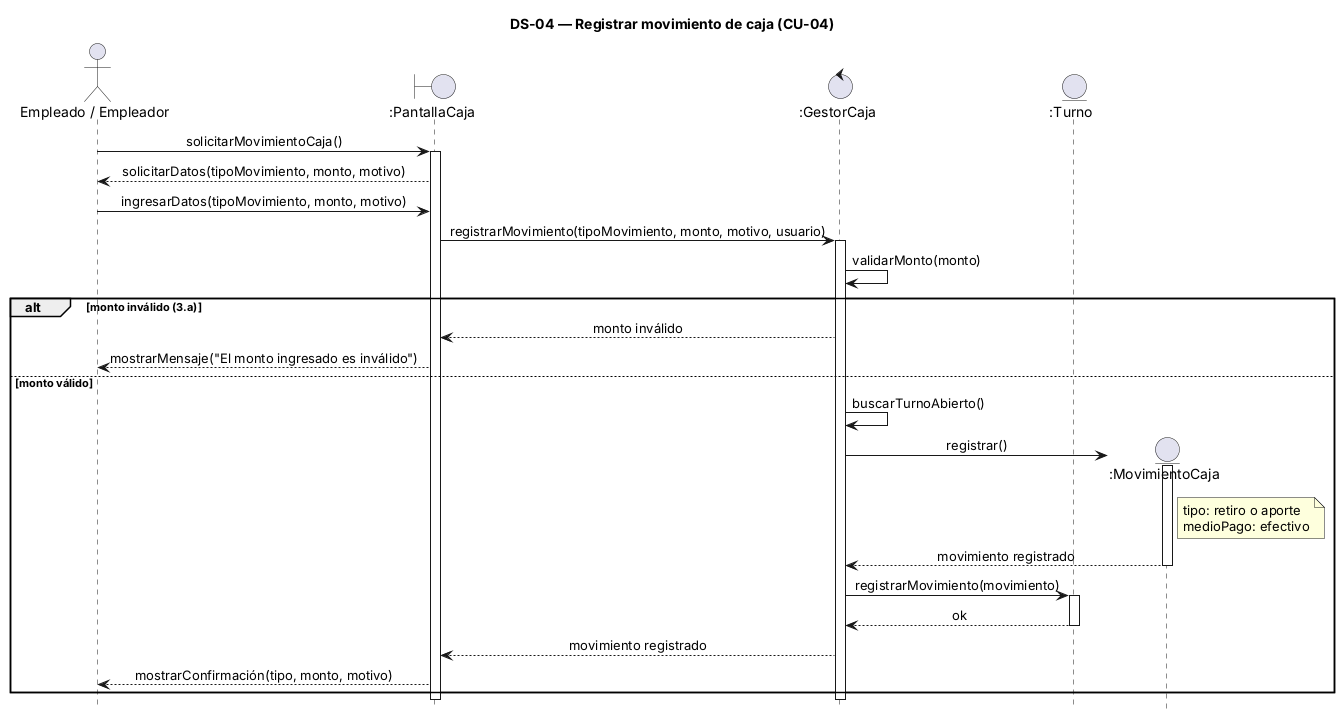
This is 08-Diagrama De Secuencia/DS-04 Registrar movimiento de caja.png from alanbalzaretti123/control-de-stock1, a PlantUML export, as it was before one commit. Source of this version:
```plantuml
@startuml
title DS-04 — Registrar movimiento de caja (CU-04)
hide footbox
skinparam sequenceMessageAlign center
skinparam responseMessageBelowArrow true

actor "Empleado / Empleador" as U
boundary ":PantallaCaja" as P
control ":GestorCaja" as G
entity ":Turno" as T

U -> P : solicitarMovimientoCaja()
activate P
P --> U : solicitarDatos(tipoMovimiento, monto, motivo)

U -> P : ingresarDatos(tipoMovimiento, monto, motivo)
P -> G : registrarMovimiento(tipoMovimiento, monto, motivo, usuario)
activate G
G -> G : validarMonto(monto)

alt monto inválido (3.a)
  G --> P : monto inválido
  P --> U : mostrarMensaje("El monto ingresado es inválido")
else monto válido
  G -> G : buscarTurnoAbierto()
  create entity ":MovimientoCaja" as M
  G -> M : registrar()
  note right of M : tipo: retiro o aporte\nmedioPago: efectivo
  activate M
  M --> G : movimiento registrado
  deactivate M
  G -> T : registrarMovimiento(movimiento)
  activate T
  T --> G : ok
  deactivate T
  G --> P : movimiento registrado
  P --> U : mostrarConfirmación(tipo, monto, motivo)
end

deactivate G
deactivate P
@enduml
```
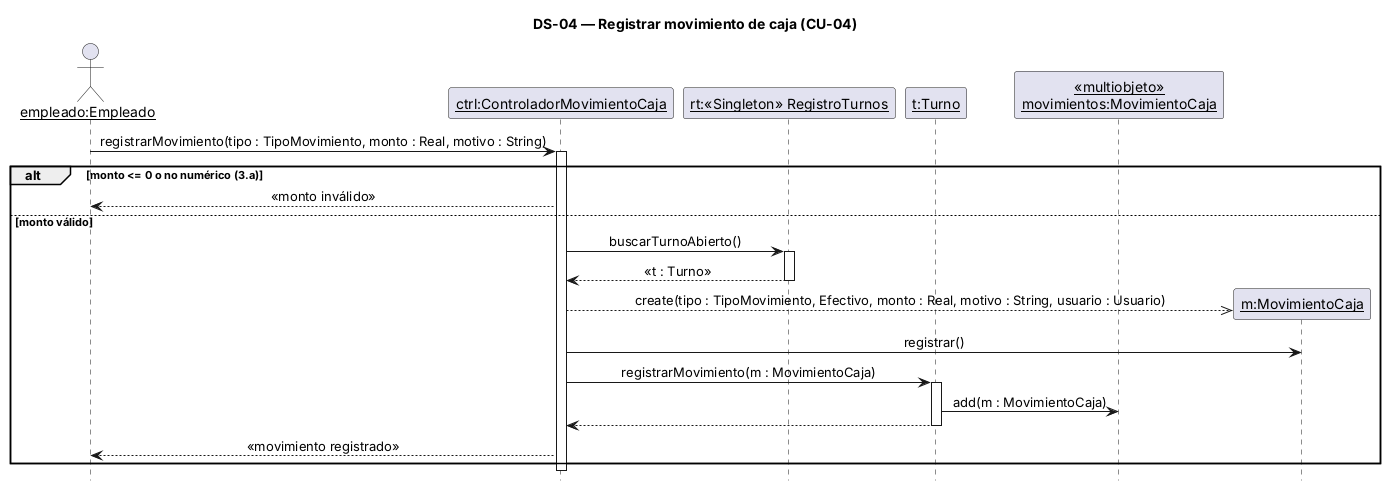
Later version of the same file.

What changed in the source:
```diff
@@ -3,40 +3,32 @@
 hide footbox
 skinparam sequenceMessageAlign center
 skinparam responseMessageBelowArrow true
+skinparam sequenceParticipant underline
 
-actor "Empleado / Empleador" as U
-boundary ":PantallaCaja" as P
-control ":GestorCaja" as G
-entity ":Turno" as T
+actor "empleado:Empleado" as U
+participant "ctrl:ControladorMovimientoCaja" as C
+participant "rt:«Singleton» RegistroTurnos" as RT
+participant "t:Turno" as T
+participant "«multiobjeto»\nmovimientos:MovimientoCaja" as MS
 
-U -> P : solicitarMovimientoCaja()
-activate P
-P --> U : solicitarDatos(tipoMovimiento, monto, motivo)
-
-U -> P : ingresarDatos(tipoMovimiento, monto, motivo)
-P -> G : registrarMovimiento(tipoMovimiento, monto, motivo, usuario)
-activate G
-G -> G : validarMonto(monto)
-
-alt monto inválido (3.a)
-  G --> P : monto inválido
-  P --> U : mostrarMensaje("El monto ingresado es inválido")
+U -> C : registrarMovimiento(tipo : TipoMovimiento, monto : Real, motivo : String)
+activate C
+alt monto <= 0 o no numérico (3.a)
+  C --> U : «monto inválido»
 else monto válido
-  G -> G : buscarTurnoAbierto()
-  create entity ":MovimientoCaja" as M
-  G -> M : registrar()
-  note right of M : tipo: retiro o aporte\nmedioPago: efectivo
-  activate M
-  M --> G : movimiento registrado
-  deactivate M
-  G -> T : registrarMovimiento(movimiento)
+  C -> RT : buscarTurnoAbierto()
+  activate RT
+  RT --> C : «t : Turno»
+  deactivate RT
+  create participant "m:MovimientoCaja" as M
+  C -->> M : create(tipo : TipoMovimiento, Efectivo, monto : Real, motivo : String, usuario : Usuario)
+  C -> M : registrar()
+  C -> T : registrarMovimiento(m : MovimientoCaja)
   activate T
-  T --> G : ok
+  T -> MS : add(m : MovimientoCaja)
+  T --> C
   deactivate T
-  G --> P : movimiento registrado
-  P --> U : mostrarConfirmación(tipo, monto, motivo)
+  C --> U : «movimiento registrado»
 end
-
-deactivate G
-deactivate P
+deactivate C
 @enduml
```
